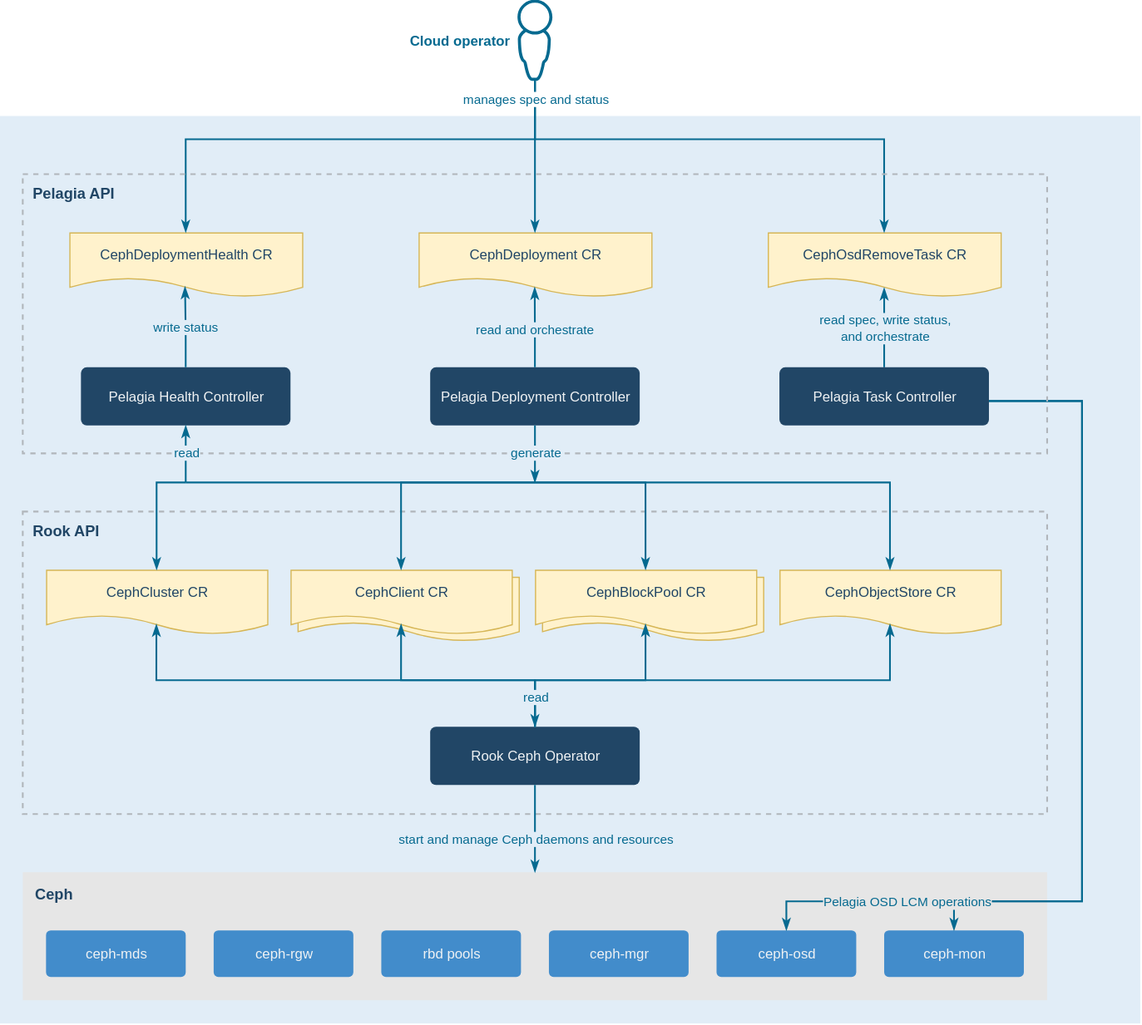
Above: docs/assets/overview.svg in Mirantis/pelagia (draw.io), before the change. Source tidied: cells renumbered, new cells last; positions are measured from the earlier drawing's top-left corner, leaving out a move shared by most shapes.
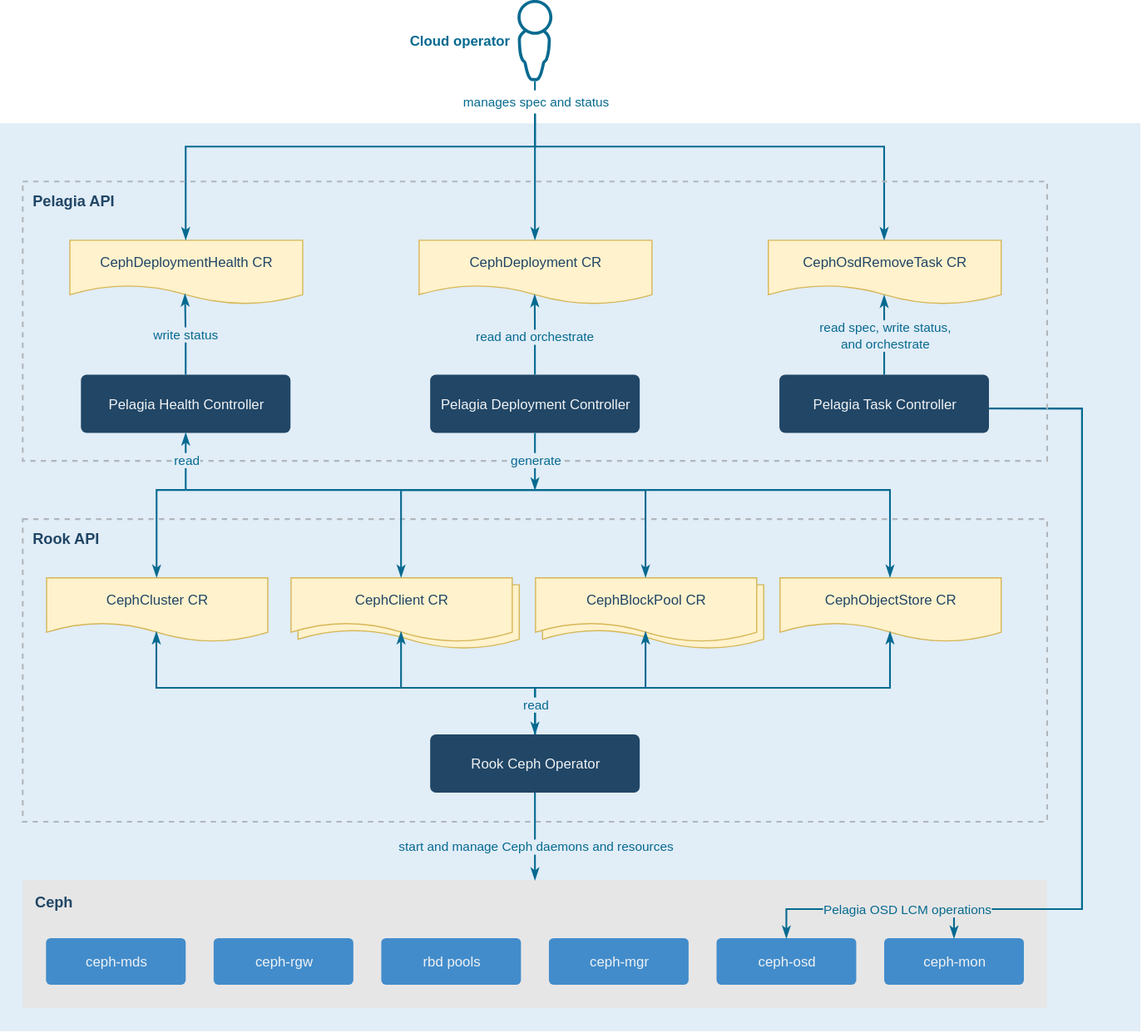
Above is the later version.

Commit message:
Make the diagram background transparent

Remove the white background from overview.svg and remove-task-phase-flow.svg so that they match the page background.

Change to the diagram source:
```diff
@@ -1,13 +1,25 @@
-<mxGraphModel background="#FFFFFF">
+<mxGraphModel>
   <root>
     <mxCell id="0" />
     <mxCell id="1" parent="0" />
     <mxCell id="2" value="&lt;b&gt;Cloud operator&lt;/b&gt;" style="sketch=0;shadow=0;dashed=0;html=1;strokeColor=none;labelPosition=left;verticalLabelPosition=middle;verticalAlign=middle;align=right;spacingRight=6;outlineConnect=0;shape=mxgraph.vvd.administrator;fillColor=#066A90;fontColor=#066A90;fontFamily=Helvetica;fontSize=12;" parent="1" vertex="1">
-      <mxGeometry x="444.5" y="-0.3" width="30" height="69.8" as="geometry" />
+      <mxGeometry x="444.5" y="-6.3" width="30" height="69.8" as="geometry" />
     </mxCell>
     <mxCell id="3" style="rounded=0;whiteSpace=wrap;html=1;verticalAlign=top;align=left;spacingLeft=8;spacingTop=4;fillColor=#E1EDF7;strokeColor=none;fontColor=#214666;fontStyle=1;fontFamily=Helvetica;fontSize=12;" parent="1" vertex="1">
       <mxGeometry x="-0.5" y="99.7" width="980" height="780" as="geometry" />
     </mxCell>
+    <mxCell id="48" style="shape=waypoint;sketch=0;size=6;points=[];fillColor=none;strokeColor=none;perimeter=centerPerimeter;" parent="1" vertex="1">
+      <mxGeometry x="456.5" y="68.5" width="6" height="6" as="geometry" />
+    </mxCell>
+    <mxCell id="49" style="shape=waypoint;sketch=0;size=6;points=[];fillColor=none;strokeColor=none;perimeter=centerPerimeter;" parent="1" vertex="1">
+      <mxGeometry x="456.5" y="88.5" width="6" height="6" as="geometry" />
+    </mxCell>
+    <mxCell id="50" style="edgeStyle=orthogonalEdgeStyle;rounded=0;jettySize=auto;html=1;endArrow=none;strokeColor=#066A90;strokeWidth=1.5;fontColor=#066A90;fontFamily=Helvetica;fontSize=11;exitX=0.5;exitY=1;exitDx=0;exitDy=0;" parent="1" edge="1" source="2" target="48">
+      <mxGeometry relative="1" as="geometry" />
+    </mxCell>
+    <mxCell id="51" value="manages spec and status" style="text;html=1;align=center;verticalAlign=middle;whiteSpace=nowrap;fontColor=#066A90;fontFamily=Helvetica;fontSize=11;labelBackgroundColor=none;spacing=0;" parent="1" vertex="1">
+      <mxGeometry x="389.5" y="74.5" width="140" height="14" as="geometry" />
+    </mxCell>
     <mxCell id="4" style="shape=waypoint;sketch=0;size=6;points=[];fillColor=none;strokeColor=none;perimeter=centerPerimeter;" parent="1" vertex="1">
       <mxGeometry x="456.5" y="411.7" width="6" height="6" as="geometry" />
     </mxCell>
@@ -32,7 +44,7 @@
     <mxCell id="11" value="CephOsdRemoveTask CR" style="shape=document;whiteSpace=wrap;html=1;boundedLbl=1;flipH=1;fillColor=#FFF2CC;strokeColor=#D6B656;fontColor=#214666;fontFamily=Helvetica;fontSize=12;" parent="1" vertex="1">
       <mxGeometry x="659.5" y="199.7" width="200" height="55" as="geometry" />
     </mxCell>
-    <mxCell id="12" style="edgeStyle=orthogonalEdgeStyle;rounded=0;jettySize=auto;html=1;endArrow=classicThin;endFill=1;strokeColor=#066A90;strokeWidth=1.5;fontColor=#066A90;fontFamily=Helvetica;exitX=0.5;exitY=1;entryX=0.5;entryY=0;fontSize=11;labelBackgroundColor=default;" parent="1" edge="1" source="2" target="9">
+    <mxCell id="12" style="edgeStyle=orthogonalEdgeStyle;rounded=0;jettySize=auto;html=1;endArrow=classicThin;endFill=1;strokeColor=#066A90;strokeWidth=1.5;fontColor=#066A90;fontFamily=Helvetica;entryX=0.5;entryY=0;fontSize=11;" parent="1" edge="1" source="49" target="9">
       <mxGeometry relative="1" as="geometry">
         <Array as="points">
           <mxPoint x="459.5" y="119.7" />
@@ -40,7 +52,7 @@
         </Array>
       </mxGeometry>
     </mxCell>
-    <mxCell id="13" style="edgeStyle=orthogonalEdgeStyle;rounded=0;jettySize=auto;html=1;endArrow=classicThin;endFill=1;strokeColor=#066A90;strokeWidth=1.5;fontColor=#066A90;fontFamily=Helvetica;exitX=0.5;exitY=1;entryX=0.5;entryY=0;fontSize=11;labelBackgroundColor=default;" parent="1" edge="1" source="2" target="11">
+    <mxCell id="13" style="edgeStyle=orthogonalEdgeStyle;rounded=0;jettySize=auto;html=1;endArrow=classicThin;endFill=1;strokeColor=#066A90;strokeWidth=1.5;fontColor=#066A90;fontFamily=Helvetica;entryX=0.5;entryY=0;fontSize=11;" parent="1" edge="1" source="49" target="11">
       <mxGeometry relative="1" as="geometry">
         <Array as="points">
           <mxPoint x="459.5" y="119.7" />
@@ -48,8 +60,8 @@
         </Array>
       </mxGeometry>
     </mxCell>
-    <mxCell id="14" value="manages spec and status" style="edgeStyle=orthogonalEdgeStyle;rounded=0;jettySize=auto;html=1;endArrow=classicThin;endFill=1;strokeColor=#066A90;strokeWidth=1.5;fontColor=#066A90;fontFamily=Helvetica;exitX=0.5;exitY=1;entryX=0.5;entryY=0;fontSize=11;labelBackgroundColor=default;" parent="1" edge="1" source="2" target="10">
-      <mxGeometry x="-0.75" relative="1" as="geometry" />
+    <mxCell id="14" style="edgeStyle=orthogonalEdgeStyle;rounded=0;jettySize=auto;html=1;endArrow=classicThin;endFill=1;strokeColor=#066A90;strokeWidth=1.5;fontColor=#066A90;fontFamily=Helvetica;entryX=0.5;entryY=0;fontSize=11;" parent="1" edge="1" source="49" target="10">
+      <mxGeometry relative="1" as="geometry" />
     </mxCell>
     <mxCell id="15" value="Pelagia Health Controller" style="rounded=1;whiteSpace=wrap;html=1;arcSize=10;fillColor=#214666;strokeColor=none;fontColor=#EFF2F4;fontFamily=Helvetica;fontSize=12;" parent="1" vertex="1">
       <mxGeometry x="69.5" y="315.7" width="180" height="50" as="geometry" />
```
